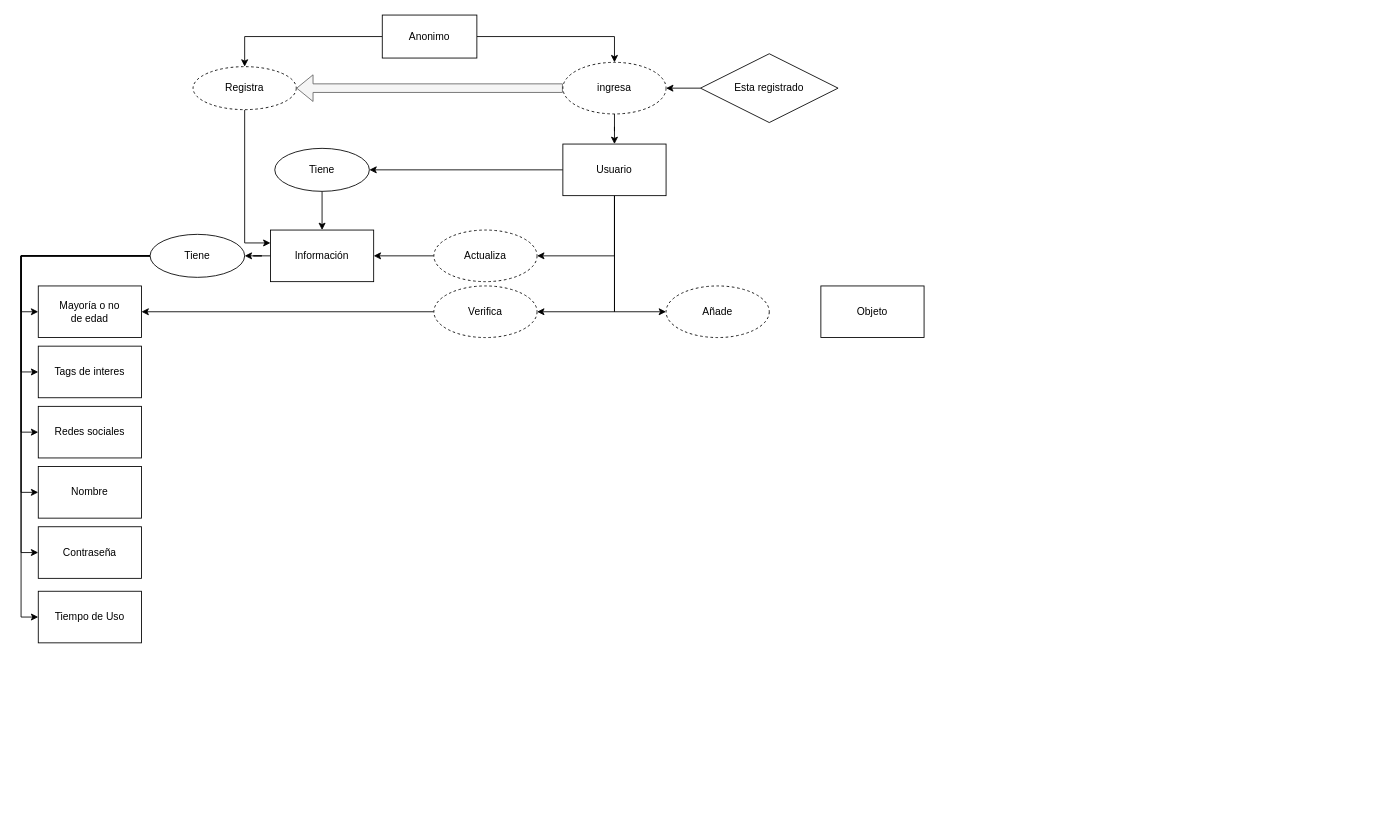
Above: Mapa-preconceptual.drawio in PabloRestrepo01/GreenLace (draw.io), before the change. Source tidied: cells renumbered, new cells numbered last; positions are measured from the earlier drawing's top-left corner, leaving out a move shared by most shapes. Both pictures are drawn from the tidied source at 86%, with x=0, y=0 at pixel (38, 15).
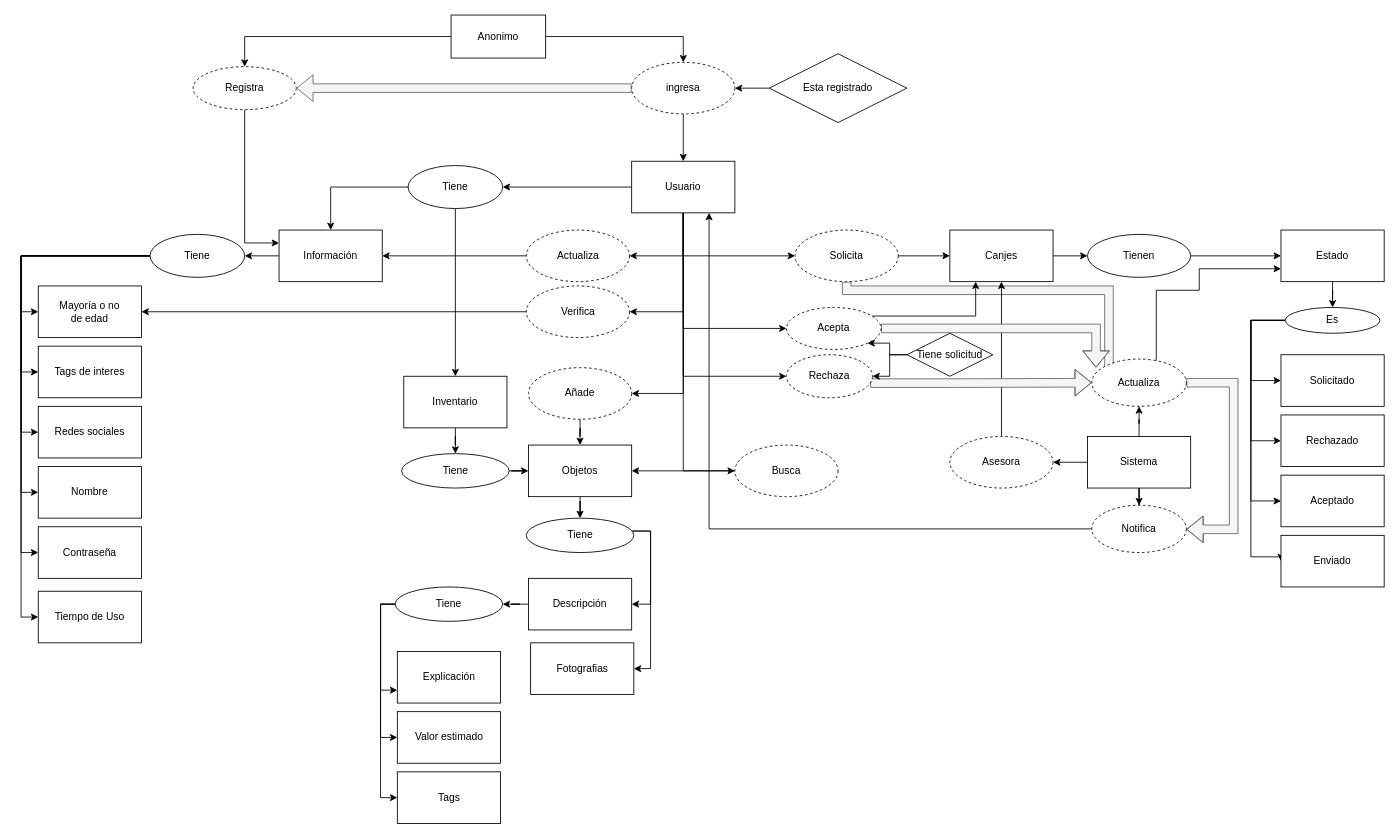
After the change.

Diff of the diagram source:
```diff
@@
     <mxCell id="3" style="edgeStyle=orthogonalEdgeStyle;rounded=0;jettySize=auto;html=1;entryX=1;entryY=0.5;entryDx=0;entryDy=0;" parent="1" edge="1" source="6" target="22">
       <mxGeometry relative="1" as="geometry">
         <Array as="points">
-          <mxPoint x="670" y="280" />
+          <mxPoint x="750" y="280" />
         </Array>
       </mxGeometry>
     </mxCell>
     <mxCell id="4" style="edgeStyle=orthogonalEdgeStyle;rounded=0;jettySize=auto;html=1;entryX=1;entryY=0.5;entryDx=0;entryDy=0;" parent="1" edge="1" source="6" target="32">
       <mxGeometry relative="1" as="geometry">
         <Array as="points">
-          <mxPoint x="670" y="345" />
+          <mxPoint x="750" y="345" />
         </Array>
       </mxGeometry>
     </mxCell>
-    <mxCell id="5" style="edgeStyle=orthogonalEdgeStyle;rounded=0;jettySize=auto;html=1;entryX=0;entryY=0.5;entryDx=0;entryDy=0;" parent="1" edge="1" source="6" target="38">
+    <mxCell id="5" style="edgeStyle=orthogonalEdgeStyle;rounded=0;jettySize=auto;html=1;entryX=1;entryY=0.5;entryDx=0;entryDy=0;" parent="1" edge="1" source="6" target="38">
       <mxGeometry relative="1" as="geometry" />
     </mxCell>
+    <mxCell id="40" style="edgeStyle=orthogonalEdgeStyle;rounded=0;jettySize=auto;html=1;entryX=0;entryY=0.5;entryDx=0;entryDy=0;" parent="1" edge="1" source="6" target="65">
+      <mxGeometry relative="1" as="geometry" />
+    </mxCell>
+    <mxCell id="41" style="edgeStyle=orthogonalEdgeStyle;rounded=0;jettySize=auto;html=1;entryX=0;entryY=0.5;entryDx=0;entryDy=0;" parent="1" edge="1" source="6" target="68">
+      <mxGeometry relative="1" as="geometry">
+        <Array as="points">
+          <mxPoint x="750" y="280" />
+        </Array>
+      </mxGeometry>
+    </mxCell>
+    <mxCell id="42" style="edgeStyle=orthogonalEdgeStyle;rounded=0;jettySize=auto;html=1;entryX=0;entryY=0.5;entryDx=0;entryDy=0;" parent="1" edge="1" source="6" target="102">
+      <mxGeometry relative="1" as="geometry">
+        <Array as="points">
+          <mxPoint x="750" y="420" />
+        </Array>
+      </mxGeometry>
+    </mxCell>
+    <mxCell id="43" style="edgeStyle=orthogonalEdgeStyle;rounded=0;jettySize=auto;html=1;entryX=0;entryY=0.5;entryDx=0;entryDy=0;" parent="1" edge="1" source="6" target="96">
+      <mxGeometry relative="1" as="geometry">
+        <Array as="points">
+          <mxPoint x="750" y="364" />
+        </Array>
+      </mxGeometry>
+    </mxCell>
     <mxCell id="6" value="Usuario" style="rounded=0;whiteSpace=wrap;html=1;" parent="1" vertex="1">
-      <mxGeometry x="610" y="150" width="120" height="60" as="geometry" />
+      <mxGeometry x="690" y="170" width="120" height="60" as="geometry" />
     </mxCell>
@@
-    <mxCell id="11" style="edgeStyle=orthogonalEdgeStyle;rounded=0;jettySize=auto;html=1;" parent="1" edge="1" source="12" target="14">
+    <mxCell id="11" style="edgeStyle=orthogonalEdgeStyle;rounded=0;jettySize=auto;html=1;entryX=0.5;entryY=0;entryDx=0;entryDy=0;" parent="1" edge="1" source="12" target="14">
       <mxGeometry relative="1" as="geometry" />
     </mxCell>
+    <mxCell id="44" style="edgeStyle=orthogonalEdgeStyle;rounded=0;jettySize=auto;html=1;" parent="1" edge="1" source="12" target="48">
+      <mxGeometry relative="1" as="geometry" />
+    </mxCell>
     <mxCell id="12" value="Tiene" style="ellipse;whiteSpace=wrap;html=1;" parent="1" vertex="1">
-      <mxGeometry x="275" y="155" width="110" height="50" as="geometry" />
+      <mxGeometry x="430" y="175" width="110" height="50" as="geometry" />
     </mxCell>
@@
     <mxCell id="14" value="Información" style="rounded=0;whiteSpace=wrap;html=1;" parent="1" vertex="1">
-      <mxGeometry x="270" y="250" width="120" height="60" as="geometry" />
+      <mxGeometry x="280" y="250" width="120" height="60" as="geometry" />
     </mxCell>
@@
-    <mxCell id="21" style="edgeStyle=orthogonalEdgeStyle;rounded=0;jettySize=auto;html=1;" parent="1" edge="1" source="22" target="14">
+    <mxCell id="21" style="edgeStyle=orthogonalEdgeStyle;rounded=0;jettySize=auto;html=1;entryX=1;entryY=0.5;entryDx=0;entryDy=0;" parent="1" edge="1" source="22" target="14">
       <mxGeometry relative="1" as="geometry" />
     </mxCell>
     <mxCell id="22" value="Actualiza" style="ellipse;html=1;whiteSpace=wrap;dashed=1;" parent="1" vertex="1">
-      <mxGeometry x="460" y="250" width="120" height="60" as="geometry" />
+      <mxGeometry x="567.5" y="250" width="120" height="60" as="geometry" />
     </mxCell>
@@
     <mxCell id="25" value="Anonimo" style="whiteSpace=wrap;html=1;" parent="1" vertex="1">
-      <mxGeometry x="400" width="110" height="50" as="geometry" />
+      <mxGeometry x="480" width="110" height="50" as="geometry" />
     </mxCell>
@@
     <mxCell id="28" value="ingresa" style="ellipse;html=1;whiteSpace=wrap;dashed=1;" parent="1" vertex="1">
-      <mxGeometry x="610" y="55" width="120" height="60" as="geometry" />
+      <mxGeometry x="690" y="55" width="120" height="60" as="geometry" />
     </mxCell>
@@
     <mxCell id="32" value="Verifica" style="ellipse;html=1;whiteSpace=wrap;dashed=1;" parent="1" vertex="1">
-      <mxGeometry x="460" y="315" width="120" height="60" as="geometry" />
+      <mxGeometry x="567.5" y="315" width="120" height="60" as="geometry" />
     </mxCell>
@@
     <mxCell id="36" value="Esta registrado" style="rhombus;whiteSpace=wrap;html=1;" parent="1" vertex="1">
-      <mxGeometry x="770" y="45" width="160" height="80" as="geometry" />
+      <mxGeometry x="850" y="45" width="160" height="80" as="geometry" />
     </mxCell>
@@
+    <mxCell id="45" style="edgeStyle=orthogonalEdgeStyle;rounded=0;jettySize=auto;html=1;" parent="1" edge="1" source="38" target="39">
+      <mxGeometry relative="1" as="geometry" />
+    </mxCell>
     <mxCell id="38" value="Añade" style="ellipse;html=1;whiteSpace=wrap;dashed=1;" parent="1" vertex="1">
-      <mxGeometry x="730" y="315" width="120" height="60" as="geometry" />
+      <mxGeometry x="570" y="410" width="120" height="60" as="geometry" />
     </mxCell>
+    <mxCell id="46" style="edgeStyle=orthogonalEdgeStyle;rounded=0;jettySize=auto;html=1;" parent="1" edge="1" source="39" target="53">
+      <mxGeometry relative="1" as="geometry" />
+    </mxCell>
-    <mxCell id="39" value="Objeto" style="whiteSpace=wrap;html=1;" parent="1" vertex="1">
-      <mxGeometry x="910" y="315" width="120" height="60" as="geometry" />
+    <mxCell id="39" value="Objetos" style="whiteSpace=wrap;html=1;" parent="1" vertex="1">
+      <mxGeometry x="570" y="500" width="120" height="60" as="geometry" />
     </mxCell>
+    <mxCell id="47" style="edgeStyle=orthogonalEdgeStyle;rounded=0;jettySize=auto;html=1;" parent="1" edge="1" source="48" target="50">
+      <mxGeometry relative="1" as="geometry" />
+    </mxCell>
+    <mxCell id="48" value="Inventario" style="whiteSpace=wrap;html=1;" parent="1" vertex="1">
+      <mxGeometry x="425" y="420" width="120" height="60" as="geometry" />
+    </mxCell>
+    <mxCell id="49" style="edgeStyle=orthogonalEdgeStyle;rounded=0;jettySize=auto;html=1;entryX=0;entryY=0.5;entryDx=0;entryDy=0;" parent="1" edge="1" source="50" target="39">
+      <mxGeometry relative="1" as="geometry" />
+    </mxCell>
+    <mxCell id="50" value="Tiene" style="ellipse;whiteSpace=wrap;html=1;" parent="1" vertex="1">
+      <mxGeometry x="422.5" y="510" width="125" height="40" as="geometry" />
+    </mxCell>
+    <mxCell id="51" style="edgeStyle=orthogonalEdgeStyle;rounded=0;jettySize=auto;html=1;entryX=1;entryY=0.5;entryDx=0;entryDy=0;" parent="1" edge="1" source="53" target="55">
+      <mxGeometry relative="1" as="geometry">
+        <Array as="points">
+          <mxPoint x="712" y="600" />
+          <mxPoint x="712" y="685" />
+        </Array>
+      </mxGeometry>
+    </mxCell>
+    <mxCell id="52" style="edgeStyle=orthogonalEdgeStyle;rounded=0;jettySize=auto;html=1;entryX=1;entryY=0.5;entryDx=0;entryDy=0;" parent="1" edge="1" source="53" target="56">
+      <mxGeometry relative="1" as="geometry">
+        <Array as="points">
+          <mxPoint x="712" y="600" />
+          <mxPoint x="712" y="760" />
+        </Array>
+      </mxGeometry>
+    </mxCell>
+    <mxCell id="53" value="Tiene" style="ellipse;whiteSpace=wrap;html=1;" parent="1" vertex="1">
+      <mxGeometry x="567.5" y="585" width="125" height="40" as="geometry" />
+    </mxCell>
+    <mxCell id="54" style="edgeStyle=orthogonalEdgeStyle;rounded=0;jettySize=auto;html=1;" parent="1" edge="1" source="55" target="61">
+      <mxGeometry relative="1" as="geometry" />
+    </mxCell>
+    <mxCell id="55" value="Descripción" style="whiteSpace=wrap;html=1;" parent="1" vertex="1">
+      <mxGeometry x="570" y="655" width="120" height="60" as="geometry" />
+    </mxCell>
+    <mxCell id="56" value="Fotografias" style="whiteSpace=wrap;html=1;" parent="1" vertex="1">
+      <mxGeometry x="572.5" y="730" width="120" height="60" as="geometry" />
+    </mxCell>
+    <mxCell id="57" value="Explicación" style="whiteSpace=wrap;html=1;" parent="1" vertex="1">
+      <mxGeometry x="417.5" y="740" width="120" height="60" as="geometry" />
+    </mxCell>
+    <mxCell id="58" style="edgeStyle=orthogonalEdgeStyle;rounded=0;jettySize=auto;html=1;entryX=0;entryY=0.75;entryDx=0;entryDy=0;" parent="1" edge="1" source="61" target="57">
+      <mxGeometry relative="1" as="geometry">
+        <Array as="points">
+          <mxPoint x="398" y="685" />
+          <mxPoint x="398" y="785" />
+        </Array>
+      </mxGeometry>
+    </mxCell>
+    <mxCell id="59" style="edgeStyle=orthogonalEdgeStyle;rounded=0;jettySize=auto;html=1;entryX=0;entryY=0.5;entryDx=0;entryDy=0;" parent="1" edge="1" source="61" target="62">
+      <mxGeometry relative="1" as="geometry">
+        <Array as="points">
+          <mxPoint x="398" y="685" />
+          <mxPoint x="398" y="840" />
+        </Array>
+      </mxGeometry>
+    </mxCell>
+    <mxCell id="60" style="edgeStyle=orthogonalEdgeStyle;rounded=0;jettySize=auto;html=1;entryX=0;entryY=0.5;entryDx=0;entryDy=0;" parent="1" edge="1" source="61" target="63">
+      <mxGeometry relative="1" as="geometry">
+        <Array as="points">
+          <mxPoint x="398" y="685" />
+          <mxPoint x="398" y="910" />
+        </Array>
+      </mxGeometry>
+    </mxCell>
+    <mxCell id="61" value="Tiene" style="ellipse;whiteSpace=wrap;html=1;" parent="1" vertex="1">
+      <mxGeometry x="415" y="665" width="125" height="40" as="geometry" />
+    </mxCell>
+    <mxCell id="62" value="Valor estimado" style="whiteSpace=wrap;html=1;" parent="1" vertex="1">
+      <mxGeometry x="417.5" y="810" width="120" height="60" as="geometry" />
+    </mxCell>
+    <mxCell id="63" value="Tags" style="whiteSpace=wrap;html=1;" parent="1" vertex="1">
+      <mxGeometry x="417.5" y="880" width="120" height="60" as="geometry" />
+    </mxCell>
+    <mxCell id="64" style="edgeStyle=orthogonalEdgeStyle;rounded=0;jettySize=auto;html=1;" parent="1" edge="1" source="65">
+      <mxGeometry relative="1" as="geometry">
+        <mxPoint x="690" y="530" as="targetPoint" />
+        <Array as="points">
+          <mxPoint x="870" y="530" />
+          <mxPoint x="690" y="530" />
+        </Array>
+      </mxGeometry>
+    </mxCell>
+    <mxCell id="65" value="Busca" style="ellipse;html=1;whiteSpace=wrap;dashed=1;" parent="1" vertex="1">
+      <mxGeometry x="810" y="500" width="120" height="60" as="geometry" />
+    </mxCell>
+    <mxCell id="66" style="edgeStyle=orthogonalEdgeStyle;rounded=0;jettySize=auto;html=1;" parent="1" edge="1" source="68" target="70">
+      <mxGeometry relative="1" as="geometry" />
+    </mxCell>
+    <mxCell id="67" style="edgeStyle=orthogonalEdgeStyle;rounded=0;jettySize=auto;html=1;entryX=0;entryY=0.5;entryDx=0;entryDy=0;shape=flexArrow;fillColor=#f5f5f5;strokeColor=#666666;" parent="1" edge="1" source="68" target="92">
+      <mxGeometry relative="1" as="geometry">
+        <Array as="points">
+          <mxPoint x="940" y="320" />
+          <mxPoint x="1245" y="320" />
+        </Array>
+      </mxGeometry>
+    </mxCell>
+    <mxCell id="68" value="Solicita" style="ellipse;html=1;whiteSpace=wrap;dashed=1;" parent="1" vertex="1">
+      <mxGeometry x="880" y="250" width="120" height="60" as="geometry" />
+    </mxCell>
+    <mxCell id="69" style="edgeStyle=orthogonalEdgeStyle;rounded=0;jettySize=auto;html=1;" parent="1" edge="1" source="70" target="72">
+      <mxGeometry relative="1" as="geometry" />
+    </mxCell>
+    <mxCell id="70" value="Canjes" style="whiteSpace=wrap;html=1;" parent="1" vertex="1">
+      <mxGeometry x="1060" y="250" width="120" height="60" as="geometry" />
+    </mxCell>
+    <mxCell id="71" style="edgeStyle=orthogonalEdgeStyle;rounded=0;jettySize=auto;html=1;" parent="1" edge="1" source="72" target="74">
+      <mxGeometry relative="1" as="geometry" />
+    </mxCell>
+    <mxCell id="72" value="Tienen" style="ellipse;whiteSpace=wrap;html=1;" parent="1" vertex="1">
+      <mxGeometry x="1220" y="255" width="120" height="50" as="geometry" />
+    </mxCell>
+    <mxCell id="73" style="edgeStyle=orthogonalEdgeStyle;rounded=0;jettySize=auto;html=1;" parent="1" edge="1" source="74" target="79">
+      <mxGeometry relative="1" as="geometry" />
+    </mxCell>
+    <mxCell id="74" value="Estado" style="whiteSpace=wrap;html=1;" parent="1" vertex="1">
+      <mxGeometry x="1445" y="250" width="120" height="60" as="geometry" />
+    </mxCell>
+    <mxCell id="75" style="edgeStyle=orthogonalEdgeStyle;rounded=0;jettySize=auto;html=1;" parent="1" edge="1" source="79" target="80">
+      <mxGeometry relative="1" as="geometry">
+        <Array as="points">
+          <mxPoint x="1410" y="355" />
+          <mxPoint x="1410" y="425" />
+        </Array>
+      </mxGeometry>
+    </mxCell>
+    <mxCell id="76" style="edgeStyle=orthogonalEdgeStyle;rounded=0;jettySize=auto;html=1;entryX=0;entryY=0.5;entryDx=0;entryDy=0;" parent="1" edge="1" source="79" target="82">
+      <mxGeometry relative="1" as="geometry">
+        <Array as="points">
+          <mxPoint x="1410" y="355" />
+          <mxPoint x="1410" y="565" />
+        </Array>
+      </mxGeometry>
+    </mxCell>
+    <mxCell id="77" style="edgeStyle=orthogonalEdgeStyle;rounded=0;jettySize=auto;html=1;entryX=0;entryY=0.5;entryDx=0;entryDy=0;" parent="1" edge="1" source="79" target="83">
+      <mxGeometry relative="1" as="geometry">
+        <Array as="points">
+          <mxPoint x="1410" y="355" />
+          <mxPoint x="1410" y="630" />
+          <mxPoint x="1445" y="630" />
+        </Array>
+      </mxGeometry>
+    </mxCell>
+    <mxCell id="78" style="edgeStyle=orthogonalEdgeStyle;rounded=0;jettySize=auto;html=1;entryX=0;entryY=0.5;entryDx=0;entryDy=0;" parent="1" edge="1" source="79" target="81">
+      <mxGeometry relative="1" as="geometry">
+        <Array as="points">
+          <mxPoint x="1410" y="355" />
+          <mxPoint x="1410" y="495" />
+        </Array>
+      </mxGeometry>
+    </mxCell>
+    <mxCell id="79" value="Es" style="ellipse;whiteSpace=wrap;html=1;" parent="1" vertex="1">
+      <mxGeometry x="1450" y="340" width="110" height="30" as="geometry" />
+    </mxCell>
+    <mxCell id="80" value="Solicitado" style="whiteSpace=wrap;html=1;" parent="1" vertex="1">
+      <mxGeometry x="1445" y="395" width="120" height="60" as="geometry" />
+    </mxCell>
+    <mxCell id="81" value="Rechazado" style="whiteSpace=wrap;html=1;" parent="1" vertex="1">
+      <mxGeometry x="1445" y="465" width="120" height="60" as="geometry" />
+    </mxCell>
+    <mxCell id="82" value="Aceptado" style="whiteSpace=wrap;html=1;" parent="1" vertex="1">
+      <mxGeometry x="1445" y="535" width="120" height="60" as="geometry" />
+    </mxCell>
+    <mxCell id="83" value="Enviado" style="whiteSpace=wrap;html=1;" parent="1" vertex="1">
+      <mxGeometry x="1445" y="605" width="120" height="60" as="geometry" />
+    </mxCell>
+    <mxCell id="84" style="edgeStyle=orthogonalEdgeStyle;rounded=0;jettySize=auto;html=1;" parent="1" edge="1" source="87" target="89">
+      <mxGeometry relative="1" as="geometry" />
+    </mxCell>
+    <mxCell id="85" style="edgeStyle=orthogonalEdgeStyle;rounded=0;jettySize=auto;html=1;" parent="1" edge="1" source="87" target="92">
+      <mxGeometry relative="1" as="geometry" />
+    </mxCell>
+    <mxCell id="86" style="edgeStyle=orthogonalEdgeStyle;rounded=0;jettySize=auto;html=1;" parent="1" edge="1" source="87" target="101">
+      <mxGeometry relative="1" as="geometry" />
+    </mxCell>
+    <mxCell id="87" value="Sistema" style="whiteSpace=wrap;html=1;" parent="1" vertex="1">
+      <mxGeometry x="1220" y="490" width="120" height="60" as="geometry" />
+    </mxCell>
+    <mxCell id="88" style="edgeStyle=orthogonalEdgeStyle;rounded=0;jettySize=auto;html=1;" parent="1" edge="1" source="89" target="70">
+      <mxGeometry relative="1" as="geometry">
+        <Array as="points">
+          <mxPoint x="1120" y="460" />
+          <mxPoint x="1120" y="460" />
+        </Array>
+      </mxGeometry>
+    </mxCell>
+    <mxCell id="89" value="Asesora" style="ellipse;html=1;whiteSpace=wrap;dashed=1;" parent="1" vertex="1">
+      <mxGeometry x="1060" y="490" width="120" height="60" as="geometry" />
+    </mxCell>
+    <mxCell id="90" style="edgeStyle=orthogonalEdgeStyle;rounded=0;jettySize=auto;html=1;entryX=0;entryY=0.75;entryDx=0;entryDy=0;" parent="1" edge="1" source="92" target="74">
+      <mxGeometry relative="1" as="geometry">
+        <Array as="points">
+          <mxPoint x="1300" y="320" />
+          <mxPoint x="1350" y="320" />
+          <mxPoint x="1350" y="295" />
+        </Array>
+      </mxGeometry>
+    </mxCell>
+    <mxCell id="91" style="edgeStyle=orthogonalEdgeStyle;rounded=0;jettySize=auto;html=1;shape=flexArrow;fillColor=#f5f5f5;strokeColor=#666666;" parent="1" edge="1" source="92" target="101">
+      <mxGeometry relative="1" as="geometry">
+        <Array as="points">
+          <mxPoint x="1390" y="427" />
+          <mxPoint x="1390" y="598" />
+        </Array>
+      </mxGeometry>
+    </mxCell>
+    <mxCell id="92" value="Actualiza" style="ellipse;html=1;whiteSpace=wrap;dashed=1;" parent="1" vertex="1">
+      <mxGeometry x="1225" y="400" width="110" height="55" as="geometry" />
+    </mxCell>
+    <mxCell id="93" style="edgeStyle=orthogonalEdgeStyle;rounded=0;jettySize=auto;html=1;entryX=0.25;entryY=1;entryDx=0;entryDy=0;" parent="1" edge="1" source="96" target="70">
+      <mxGeometry relative="1" as="geometry">
+        <Array as="points">
+          <mxPoint x="1090" y="350" />
+        </Array>
+      </mxGeometry>
+    </mxCell>
+    <mxCell id="94" style="edgeStyle=orthogonalEdgeStyle;rounded=0;jettySize=auto;html=1;entryX=0;entryY=0.5;entryDx=0;entryDy=0;shape=flexArrow;fillColor=#f5f5f5;strokeColor=#666666;" parent="1" edge="1" source="102" target="92">
+      <mxGeometry relative="1" as="geometry">
+        <Array as="points">
+          <mxPoint x="1060" y="428" />
+          <mxPoint x="1060" y="428" />
+        </Array>
+      </mxGeometry>
+    </mxCell>
+    <mxCell id="95" style="edgeStyle=orthogonalEdgeStyle;rounded=0;jettySize=auto;html=1;entryX=0.045;entryY=0.182;entryDx=0;entryDy=0;entryPerimeter=0;shape=flexArrow;fillColor=#f5f5f5;strokeColor=#666666;" parent="1" edge="1" source="96" target="92">
+      <mxGeometry relative="1" as="geometry" />
+    </mxCell>
+    <mxCell id="96" value="Acepta" style="ellipse;html=1;whiteSpace=wrap;dashed=1;" parent="1" vertex="1">
+      <mxGeometry x="870" y="340" width="110" height="48.8" as="geometry" />
+    </mxCell>
+    <mxCell id="97" style="edgeStyle=orthogonalEdgeStyle;rounded=0;jettySize=auto;html=1;entryX=1;entryY=1;entryDx=0;entryDy=0;" parent="1" edge="1" source="99" target="96">
+      <mxGeometry relative="1" as="geometry" />
+    </mxCell>
+    <mxCell id="98" style="edgeStyle=orthogonalEdgeStyle;rounded=0;jettySize=auto;html=1;entryX=1;entryY=0.5;entryDx=0;entryDy=0;" parent="1" edge="1" source="99" target="102">
+      <mxGeometry relative="1" as="geometry" />
+    </mxCell>
+    <mxCell id="99" value="Tiene solicitud" style="rhombus;whiteSpace=wrap;html=1;" parent="1" vertex="1">
+      <mxGeometry x="1010" y="370" width="100" height="50" as="geometry" />
+    </mxCell>
+    <mxCell id="100" style="edgeStyle=orthogonalEdgeStyle;rounded=0;jettySize=auto;html=1;entryX=0.75;entryY=1;entryDx=0;entryDy=0;" parent="1" edge="1" source="101" target="6">
+      <mxGeometry relative="1" as="geometry">
+        <Array as="points">
+          <mxPoint x="780" y="597" />
+        </Array>
+      </mxGeometry>
+    </mxCell>
+    <mxCell id="101" value="Notifica" style="ellipse;html=1;whiteSpace=wrap;dashed=1;" parent="1" vertex="1">
+      <mxGeometry x="1225" y="570" width="110" height="55" as="geometry" />
+    </mxCell>
+    <mxCell id="102" value="Rechaza" style="ellipse;html=1;whiteSpace=wrap;dashed=1;" parent="1" vertex="1">
+      <mxGeometry x="870" y="395" width="100" height="50" as="geometry" />
+    </mxCell>
```
